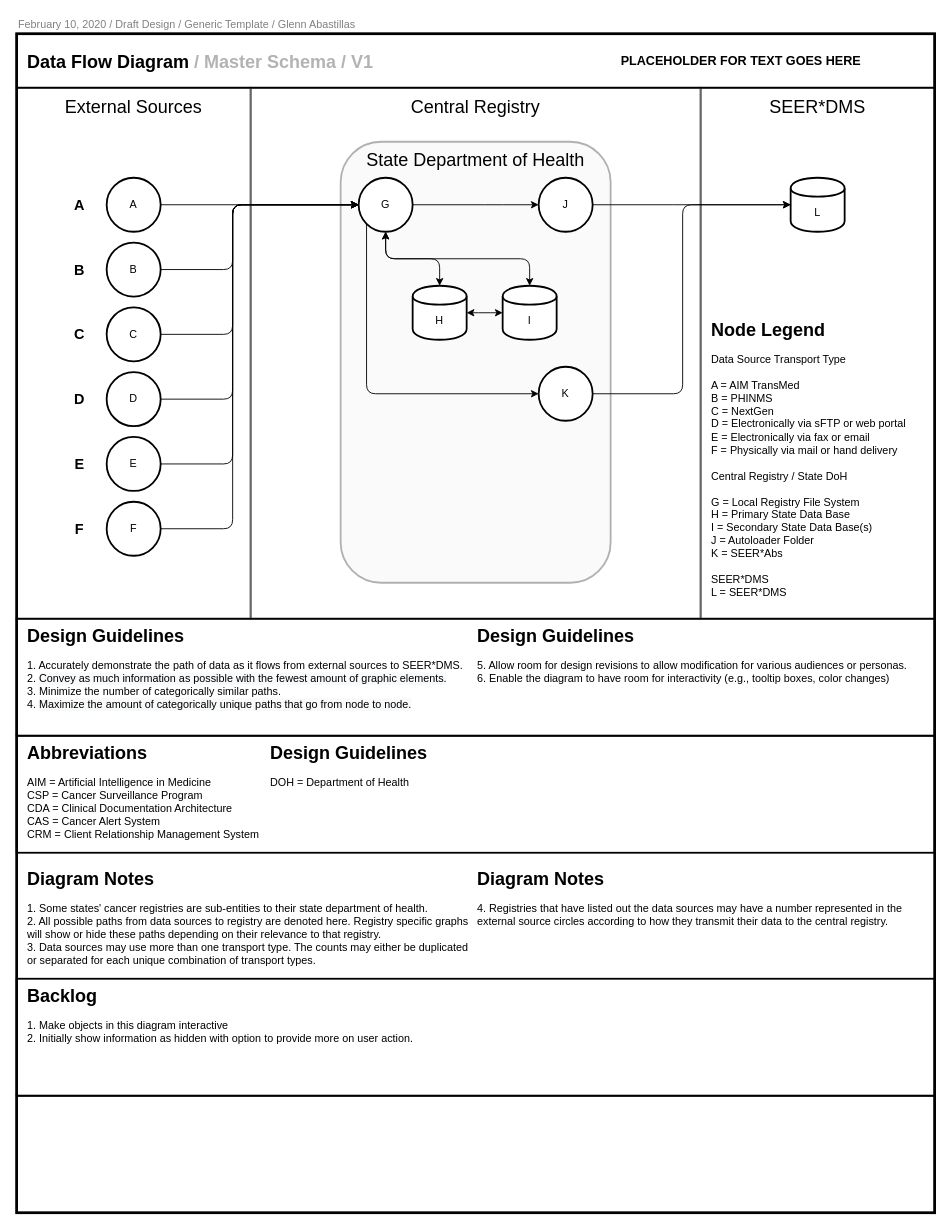
gabastil/nci-seer keeps this draw.io diagram as page "master_schema" (1 of 6) of ws5/svg/master_schema.drawio. Above is the earlier version. Source tidied: cells renumbered, new cells numbered last; positions are measured from the earlier drawing's top-left corner, leaving out a move shared by most shapes. Both pictures are drawn from the tidied source at 90%, with x=0, y=0 at pixel (16, 15).
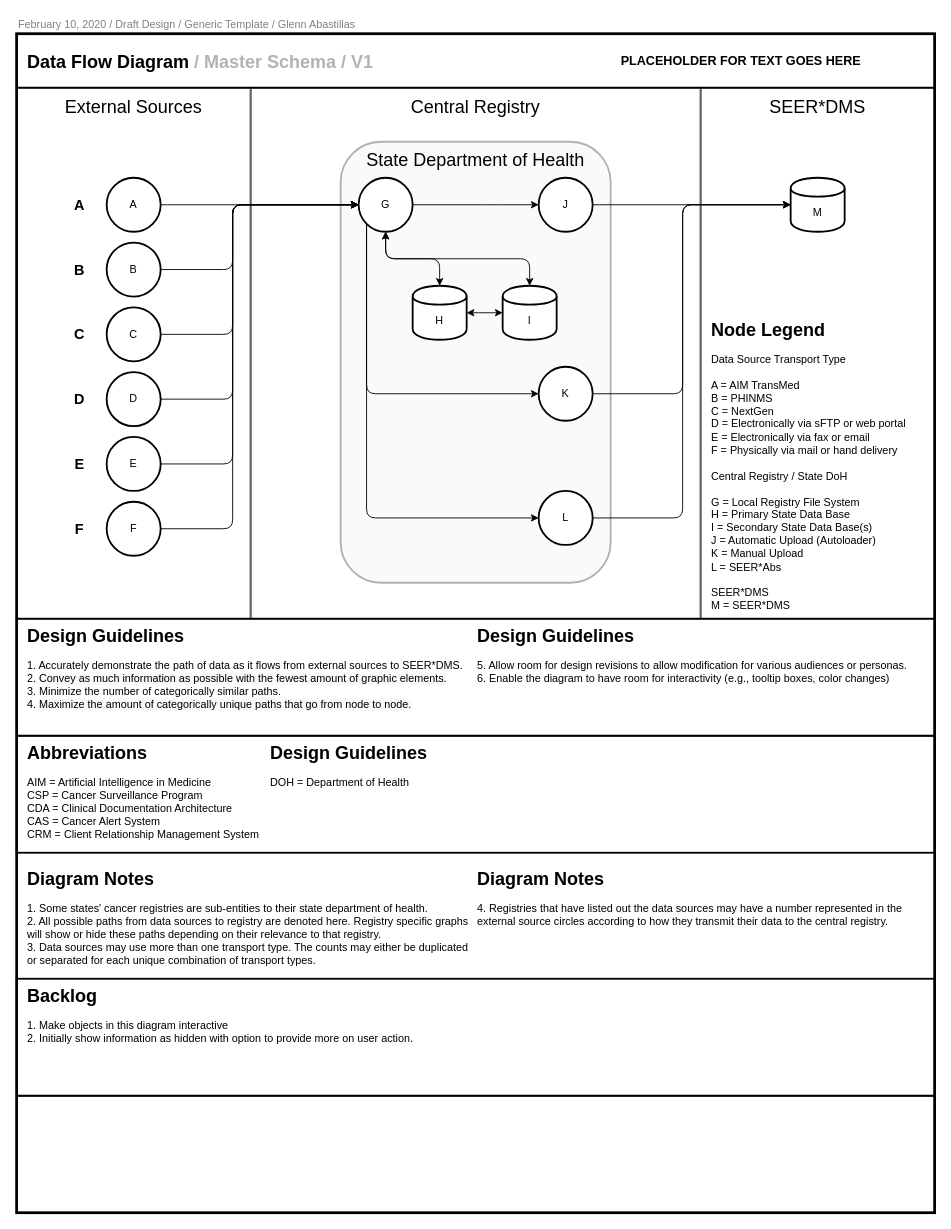
The same diagram, later.

Commit message:
Added new SEER*DMS upload path.

Unchanged cells that the change refers to:
```xml
<mxCell id="30" value="G" style="ellipse;whiteSpace=wrap;html=1;strokeWidth=2;" parent="28" vertex="1">
  <mxGeometry x="380" y="180" width="60" height="60" as="geometry" />
</mxCell>
```

Change to the diagram source:
```diff
@@
-    <mxCell id="19" value="&lt;div align=&quot;left&quot; style=&quot;font-size: 20px&quot;&gt;&lt;b&gt;Node Legend&lt;/b&gt;&lt;/div&gt;&lt;div align=&quot;left&quot; style=&quot;font-size: 12px&quot;&gt;&lt;font style=&quot;font-size: 12px&quot;&gt;&lt;span style=&quot;font-size: 12px&quot;&gt;&lt;font color=&quot;transparent&quot;&gt;&lt;/font&gt;&lt;font color=&quot;#000000&quot;&gt;&lt;/font&gt;&lt;b&gt;&lt;/b&gt;&lt;b&gt;&lt;/b&gt;&lt;br&gt;&lt;/span&gt;&lt;/font&gt;&lt;/div&gt;&lt;div align=&quot;left&quot; style=&quot;font-size: 12px&quot;&gt;&lt;font style=&quot;font-size: 12px&quot;&gt;&lt;span style=&quot;font-size: 12px&quot;&gt;Data Source Transport Type&lt;/span&gt;&lt;/font&gt;&lt;/div&gt;&lt;div align=&quot;left&quot; style=&quot;font-size: 12px&quot;&gt;&lt;font style=&quot;font-size: 12px&quot;&gt;&lt;span style=&quot;font-size: 12px&quot;&gt;&lt;br&gt;&lt;/span&gt;&lt;/font&gt;&lt;/div&gt;&lt;div align=&quot;left&quot; style=&quot;font-size: 12px&quot;&gt;&lt;font style=&quot;font-size: 12px&quot;&gt;&lt;span style=&quot;font-size: 12px&quot;&gt;A = AIM TransMed&lt;/span&gt;&lt;/font&gt;&lt;/div&gt;&lt;div align=&quot;left&quot; style=&quot;font-size: 12px&quot;&gt;&lt;font style=&quot;font-size: 12px&quot;&gt;&lt;span style=&quot;font-size: 12px&quot;&gt;B = PHINMS&lt;/span&gt;&lt;/font&gt;&lt;/div&gt;&lt;div align=&quot;left&quot; style=&quot;font-size: 12px&quot;&gt;&lt;font style=&quot;font-size: 12px&quot;&gt;&lt;span style=&quot;font-size: 12px&quot;&gt;C = NextGen&lt;/span&gt;&lt;/font&gt;&lt;/div&gt;&lt;div align=&quot;left&quot; style=&quot;font-size: 12px&quot;&gt;&lt;font style=&quot;font-size: 12px&quot;&gt;&lt;span style=&quot;font-size: 12px&quot;&gt;D = Electronically via sFTP or web portal&lt;/span&gt;&lt;/font&gt;&lt;/div&gt;&lt;div align=&quot;left&quot; style=&quot;font-size: 12px&quot;&gt;&lt;font style=&quot;font-size: 12px&quot;&gt;&lt;span style=&quot;font-size: 12px&quot;&gt;E = Electronically via fax or email&lt;/span&gt;&lt;/font&gt;&lt;/div&gt;&lt;div align=&quot;left&quot; style=&quot;font-size: 12px&quot;&gt;&lt;font style=&quot;font-size: 12px&quot;&gt;&lt;span style=&quot;font-size: 12px&quot;&gt;F = Physically via mail or hand delivery&lt;/span&gt;&lt;/font&gt;&lt;/div&gt;&lt;div align=&quot;left&quot; style=&quot;font-size: 12px&quot;&gt;&lt;br&gt;&lt;/div&gt;&lt;div align=&quot;left&quot; style=&quot;font-size: 12px&quot;&gt;Central Registry / State DoH&lt;/div&gt;&lt;div align=&quot;left&quot; style=&quot;font-size: 12px&quot;&gt;&lt;br&gt;&lt;/div&gt;&lt;div align=&quot;left&quot; style=&quot;font-size: 12px&quot;&gt;G = Local Registry File System&lt;/div&gt;&lt;div align=&quot;left&quot; style=&quot;font-size: 12px&quot;&gt;H = Primary State Data Base&lt;/div&gt;&lt;div align=&quot;left&quot; style=&quot;font-size: 12px&quot;&gt;I = Secondary State Data Base(s)&lt;/div&gt;&lt;div align=&quot;left&quot; style=&quot;font-size: 12px&quot;&gt;J = Autoloader Folder&lt;/div&gt;&lt;div align=&quot;left&quot; style=&quot;font-size: 12px&quot;&gt;K = SEER*Abs&lt;/div&gt;&lt;div align=&quot;left&quot; style=&quot;font-size: 12px&quot;&gt;&lt;br&gt;&lt;/div&gt;&lt;div align=&quot;left&quot; style=&quot;font-size: 12px&quot;&gt;SEER*DMS&lt;/div&gt;&lt;div align=&quot;left&quot; style=&quot;font-size: 12px&quot;&gt;L = SEER*DMS&lt;/div&gt;" style="rounded=0;whiteSpace=wrap;html=1;strokeWidth=4;fillColor=none;align=left;fontSize=12;fontStyle=0;strokeColor=none;verticalAlign=top;" parent="6" vertex="1">
+    <mxCell id="19" value="&lt;div align=&quot;left&quot; style=&quot;font-size: 20px&quot;&gt;&lt;b&gt;Node Legend&lt;/b&gt;&lt;/div&gt;&lt;div align=&quot;left&quot; style=&quot;font-size: 12px&quot;&gt;&lt;font style=&quot;font-size: 12px&quot;&gt;&lt;span style=&quot;font-size: 12px&quot;&gt;&lt;font color=&quot;transparent&quot;&gt;&lt;/font&gt;&lt;font color=&quot;#000000&quot;&gt;&lt;/font&gt;&lt;b&gt;&lt;/b&gt;&lt;b&gt;&lt;/b&gt;&lt;br&gt;&lt;/span&gt;&lt;/font&gt;&lt;/div&gt;&lt;div align=&quot;left&quot; style=&quot;font-size: 12px&quot;&gt;&lt;font style=&quot;font-size: 12px&quot;&gt;&lt;span style=&quot;font-size: 12px&quot;&gt;Data Source Transport Type&lt;/span&gt;&lt;/font&gt;&lt;/div&gt;&lt;div align=&quot;left&quot; style=&quot;font-size: 12px&quot;&gt;&lt;font style=&quot;font-size: 12px&quot;&gt;&lt;span style=&quot;font-size: 12px&quot;&gt;&lt;br&gt;&lt;/span&gt;&lt;/font&gt;&lt;/div&gt;&lt;div align=&quot;left&quot; style=&quot;font-size: 12px&quot;&gt;&lt;font style=&quot;font-size: 12px&quot;&gt;&lt;span style=&quot;font-size: 12px&quot;&gt;A = AIM TransMed&lt;/span&gt;&lt;/font&gt;&lt;/div&gt;&lt;div align=&quot;left&quot; style=&quot;font-size: 12px&quot;&gt;&lt;font style=&quot;font-size: 12px&quot;&gt;&lt;span style=&quot;font-size: 12px&quot;&gt;B = PHINMS&lt;/span&gt;&lt;/font&gt;&lt;/div&gt;&lt;div align=&quot;left&quot; style=&quot;font-size: 12px&quot;&gt;&lt;font style=&quot;font-size: 12px&quot;&gt;&lt;span style=&quot;font-size: 12px&quot;&gt;C = NextGen&lt;/span&gt;&lt;/font&gt;&lt;/div&gt;&lt;div align=&quot;left&quot; style=&quot;font-size: 12px&quot;&gt;&lt;font style=&quot;font-size: 12px&quot;&gt;&lt;span style=&quot;font-size: 12px&quot;&gt;D = Electronically via sFTP or web portal&lt;/span&gt;&lt;/font&gt;&lt;/div&gt;&lt;div align=&quot;left&quot; style=&quot;font-size: 12px&quot;&gt;&lt;font style=&quot;font-size: 12px&quot;&gt;&lt;span style=&quot;font-size: 12px&quot;&gt;E = Electronically via fax or email&lt;/span&gt;&lt;/font&gt;&lt;/div&gt;&lt;div align=&quot;left&quot; style=&quot;font-size: 12px&quot;&gt;&lt;font style=&quot;font-size: 12px&quot;&gt;&lt;span style=&quot;font-size: 12px&quot;&gt;F = Physically via mail or hand delivery&lt;/span&gt;&lt;/font&gt;&lt;/div&gt;&lt;div align=&quot;left&quot; style=&quot;font-size: 12px&quot;&gt;&lt;br&gt;&lt;/div&gt;&lt;div align=&quot;left&quot; style=&quot;font-size: 12px&quot;&gt;Central Registry / State DoH&lt;/div&gt;&lt;div align=&quot;left&quot; style=&quot;font-size: 12px&quot;&gt;&lt;br&gt;&lt;/div&gt;&lt;div align=&quot;left&quot; style=&quot;font-size: 12px&quot;&gt;G = Local Registry File System&lt;/div&gt;&lt;div align=&quot;left&quot; style=&quot;font-size: 12px&quot;&gt;H = Primary State Data Base&lt;/div&gt;&lt;div align=&quot;left&quot; style=&quot;font-size: 12px&quot;&gt;I = Secondary State Data Base(s)&lt;/div&gt;&lt;div align=&quot;left&quot; style=&quot;font-size: 12px&quot;&gt;J = Automatic Upload (Autoloader)&lt;/div&gt;&lt;div align=&quot;left&quot; style=&quot;font-size: 12px&quot;&gt;K = Manual Upload&lt;/div&gt;&lt;div align=&quot;left&quot; style=&quot;font-size: 12px&quot;&gt;L = SEER*Abs&lt;/div&gt;&lt;div align=&quot;left&quot; style=&quot;font-size: 12px&quot;&gt;&lt;br&gt;&lt;/div&gt;&lt;div align=&quot;left&quot; style=&quot;font-size: 12px&quot;&gt;SEER*DMS&lt;/div&gt;&lt;div align=&quot;left&quot; style=&quot;font-size: 12px&quot;&gt;M = SEER*DMS&lt;/div&gt;" style="rounded=0;whiteSpace=wrap;html=1;strokeWidth=4;fillColor=none;align=left;fontSize=12;fontStyle=0;strokeColor=none;verticalAlign=top;" parent="6" vertex="1">
       <mxGeometry x="770" y="330" width="240" height="330" as="geometry" />
     </mxCell>
@@
-    <mxCell id="39" value="&lt;div align=&quot;center&quot;&gt;L&lt;/div&gt;" style="shape=cylinder;whiteSpace=wrap;html=1;boundedLbl=1;backgroundOutline=1;strokeWidth=2;fillColor=#ffffff;fontSize=12;align=center;" parent="28" vertex="1">
+    <mxCell id="39" value="&lt;div align=&quot;center&quot;&gt;M&lt;/div&gt;" style="shape=cylinder;whiteSpace=wrap;html=1;boundedLbl=1;backgroundOutline=1;strokeWidth=2;fillColor=#ffffff;fontSize=12;align=center;" parent="28" vertex="1">
       <mxGeometry x="860" y="180" width="60" height="60" as="geometry" />
     </mxCell>
@@
+    <mxCell id="64" value="L" style="ellipse;whiteSpace=wrap;html=1;strokeWidth=2;" parent="28" vertex="1">
+      <mxGeometry x="580" y="528" width="60" height="60" as="geometry" />
+    </mxCell>
@@
+    <mxCell id="65" style="edgeStyle=elbowEdgeStyle;rounded=1;comic=0;jumpStyle=none;jettySize=auto;elbow=vertical;html=1;exitX=0;exitY=1;exitDx=0;exitDy=0;entryX=0;entryY=0.5;entryDx=0;entryDy=0;shadow=0;startArrow=none;startFill=0;strokeColor=#000000;fontSize=24;fontColor=none;" parent="54" edge="1" source="30" target="64">
+      <mxGeometry relative="1" as="geometry">
+        <Array as="points">
+          <mxPoint x="500" y="558" />
+        </Array>
+      </mxGeometry>
+    </mxCell>
@@
+    <mxCell id="66" style="edgeStyle=elbowEdgeStyle;rounded=1;jettySize=auto;html=1;exitX=1;exitY=0.5;exitDx=0;exitDy=0;entryX=0;entryY=0.5;entryDx=0;entryDy=0;startArrow=none;startFill=0;fontSize=12;" parent="61" edge="1" source="64" target="39">
+      <mxGeometry relative="1" as="geometry">
+        <Array as="points">
+          <mxPoint x="740" y="390" />
+        </Array>
+      </mxGeometry>
+    </mxCell>
```
